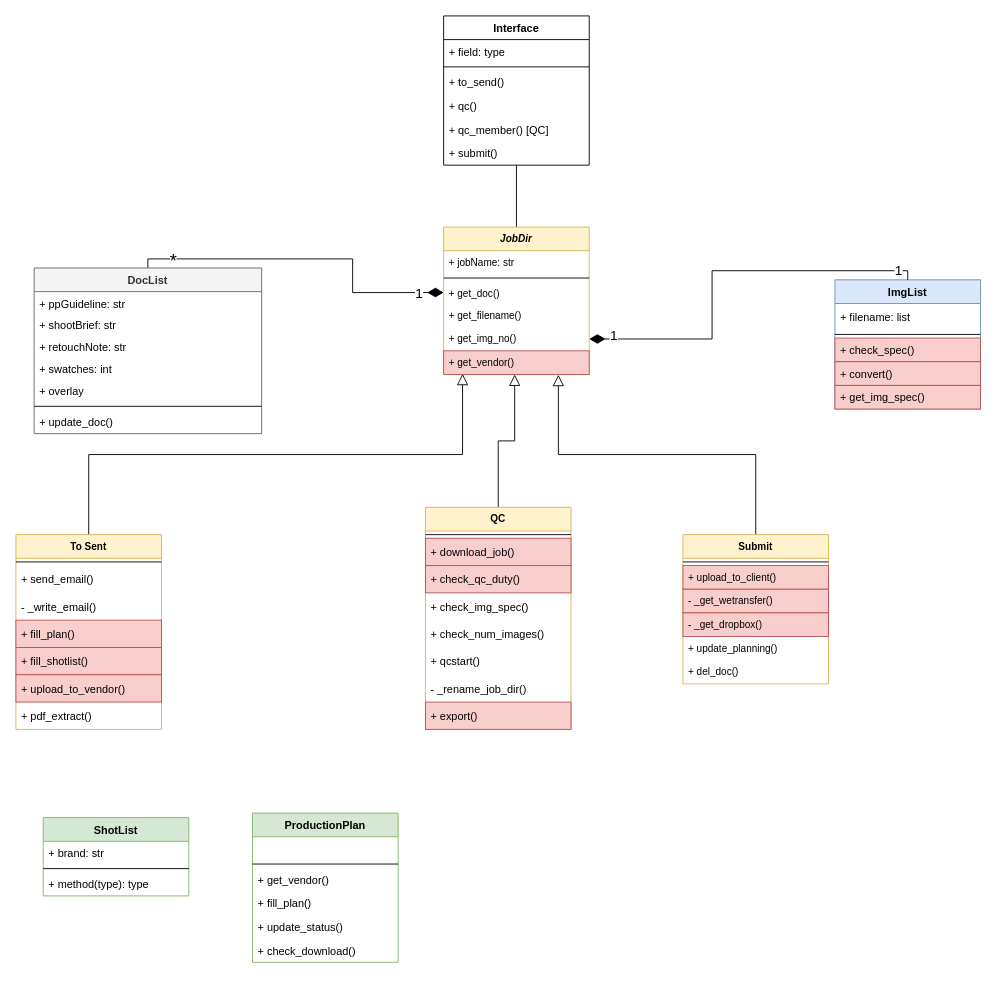
pugtooone/IHS keeps this draw.io diagram as python/IHS Class Diagram.drawio. Above is the earlier version. Source tidied: cells renumbered, new cells numbered last; positions are measured from the earlier drawing's top-left corner, leaving out a move shared by most shapes. Both pictures are drawn from the tidied source at 91%, with x=0, y=0 at pixel (15, 15).
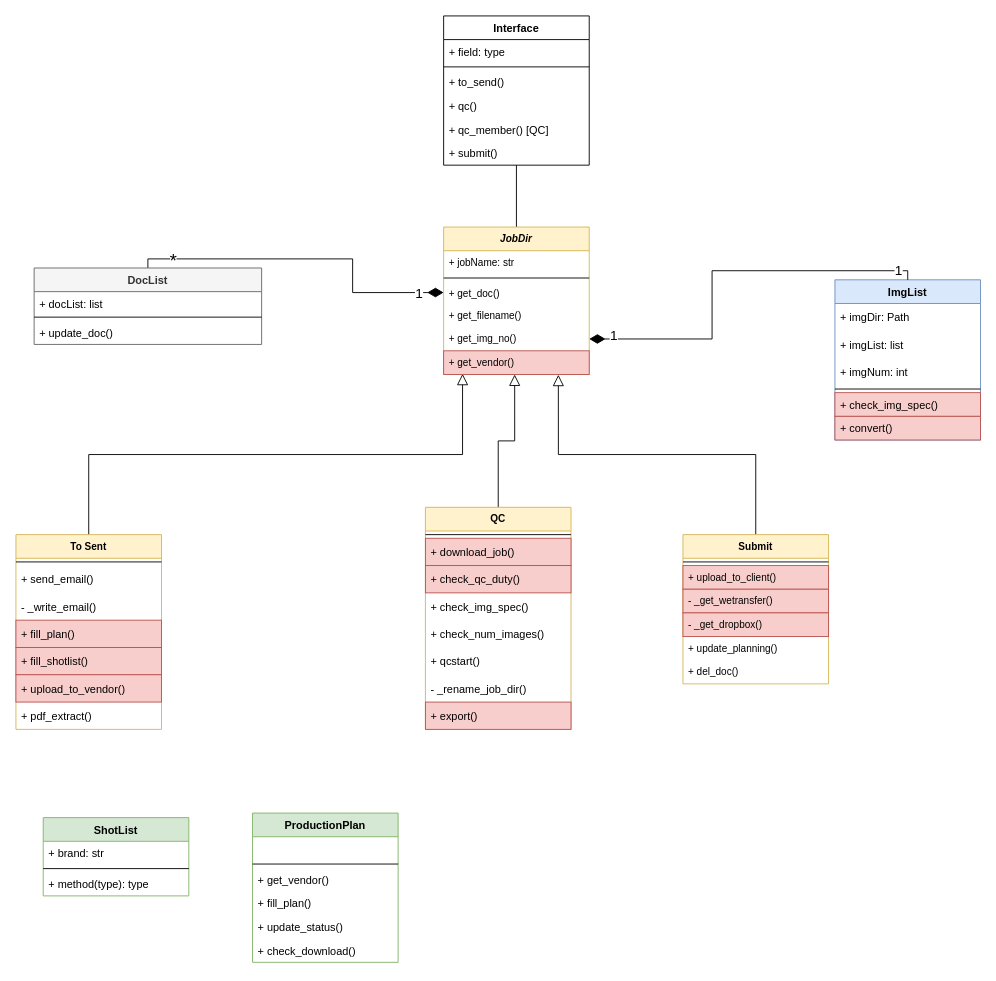
The same page after the edit.

Commit message:
build ImgList class

The edit, as a diff of the source:
```diff
@@
     <mxCell id="5" value="DocList" style="swimlane;fontStyle=1;align=center;verticalAlign=top;horizontal=1;startSize=26;fillColor=#f5f5f5;strokeColor=#666666;fontColor=#333333;" parent="1" vertex="1">
-      <mxGeometry x="20" y="277" width="250" height="182" as="geometry" />
+      <mxGeometry x="20" y="277" width="250" height="84" as="geometry" />
     </mxCell>
-    <mxCell id="6" value="+ ppGuideline: str " style="text;strokeColor=none;fillColor=none;align=left;verticalAlign=top;spacingLeft=4;spacingRight=4;overflow=hidden;" parent="5" vertex="1">
+    <mxCell id="6" value="+ docList: list" style="text;strokeColor=none;fillColor=none;align=left;verticalAlign=top;spacingLeft=4;spacingRight=4;overflow=hidden;" parent="5" vertex="1">
       <mxGeometry y="26" width="250" height="24" as="geometry" />
     </mxCell>
-    <mxCell id="7" value="+ shootBrief: str" style="text;strokeColor=none;fillColor=none;align=left;verticalAlign=top;spacingLeft=4;spacingRight=4;overflow=hidden;" parent="5" vertex="1">
-      <mxGeometry y="50" width="250" height="24" as="geometry" />
-    </mxCell>
-    <mxCell id="8" value="+ retouchNote: str" style="text;strokeColor=none;fillColor=none;align=left;verticalAlign=top;spacingLeft=4;spacingRight=4;overflow=hidden;" parent="5" vertex="1">
-      <mxGeometry y="74" width="250" height="24" as="geometry" />
-    </mxCell>
-    <mxCell id="9" value="+ swatches: int" style="text;strokeColor=none;fillColor=none;align=left;verticalAlign=top;spacingLeft=4;spacingRight=4;overflow=hidden;" parent="5" vertex="1">
-      <mxGeometry y="98" width="250" height="24" as="geometry" />
-    </mxCell>
-    <mxCell id="10" value="+ overlay" style="text;strokeColor=none;fillColor=none;align=left;verticalAlign=top;spacingLeft=4;spacingRight=4;overflow=hidden;" parent="5" vertex="1">
-      <mxGeometry y="122" width="250" height="26" as="geometry" />
-    </mxCell>
     <mxCell id="11" style="line;strokeWidth=1;fillColor=none;align=left;verticalAlign=middle;spacingTop=-1;spacingLeft=3;spacingRight=3;labelPosition=right;" parent="5" vertex="1">
-      <mxGeometry y="148" width="250" height="8" as="geometry" />
+      <mxGeometry y="50" width="250" height="8" as="geometry" />
     </mxCell>
     <mxCell id="12" value="+ update_doc()" style="text;strokeColor=none;fillColor=none;align=left;verticalAlign=top;spacingLeft=4;spacingRight=4;overflow=hidden;" parent="5" vertex="1">
-      <mxGeometry y="156" width="250" height="26" as="geometry" />
+      <mxGeometry y="58" width="250" height="26" as="geometry" />
     </mxCell>
     <mxCell id="13" value="ImgList" style="swimlane;fontStyle=1;align=center;verticalAlign=top;horizontal=1;startSize=26;fillColor=#dae8fc;strokeColor=#6c8ebf;" parent="1" vertex="1">
-      <mxGeometry x="900" y="290" width="160" height="142" as="geometry" />
+      <mxGeometry x="900" y="290" width="160" height="176" as="geometry" />
     </mxCell>
-    <mxCell id="14" value="+ filename: list" style="text;strokeColor=none;fillColor=none;align=left;verticalAlign=middle;spacingLeft=4;spacingRight=4;overflow=hidden;" parent="13" vertex="1">
+    <mxCell id="14" value="+ imgDir: Path" style="text;strokeColor=none;fillColor=none;align=left;verticalAlign=middle;spacingLeft=4;spacingRight=4;overflow=hidden;" parent="13" vertex="1">
       <mxGeometry y="26" width="160" height="30" as="geometry" />
     </mxCell>
+    <mxCell id="75" value="+ imgList: list" style="text;strokeColor=none;fillColor=none;align=left;verticalAlign=middle;spacingLeft=4;spacingRight=4;overflow=hidden;" parent="13" vertex="1">
+      <mxGeometry y="56" width="160" height="30" as="geometry" />
+    </mxCell>
+    <mxCell id="76" value="+ imgNum: int" style="text;strokeColor=none;fillColor=none;align=left;verticalAlign=middle;spacingLeft=4;spacingRight=4;overflow=hidden;" parent="13" vertex="1">
+      <mxGeometry y="86" width="160" height="30" as="geometry" />
+    </mxCell>
     <mxCell id="15" style="line;strokeWidth=1;fillColor=none;align=left;verticalAlign=middle;spacingTop=-1;spacingLeft=3;spacingRight=3;labelPosition=right;" parent="13" vertex="1">
-      <mxGeometry y="56" width="160" height="8" as="geometry" />
+      <mxGeometry y="116" width="160" height="8" as="geometry" />
     </mxCell>
-    <mxCell id="16" value="+ check_spec()" style="text;strokeColor=#b85450;fillColor=#f8cecc;align=left;verticalAlign=top;spacingLeft=4;spacingRight=4;overflow=hidden;" parent="13" vertex="1">
-      <mxGeometry y="64" width="160" height="26" as="geometry" />
+    <mxCell id="16" value="+ check_img_spec()" style="text;strokeColor=#b85450;fillColor=#f8cecc;align=left;verticalAlign=top;spacingLeft=4;spacingRight=4;overflow=hidden;" parent="13" vertex="1">
+      <mxGeometry y="124" width="160" height="26" as="geometry" />
     </mxCell>
     <mxCell id="17" value="+ convert()" style="text;strokeColor=#b85450;fillColor=#f8cecc;align=left;verticalAlign=top;spacingLeft=4;spacingRight=4;overflow=hidden;" parent="13" vertex="1">
-      <mxGeometry y="90" width="160" height="26" as="geometry" />
+      <mxGeometry y="150" width="160" height="26" as="geometry" />
     </mxCell>
-    <mxCell id="18" value="+ get_img_spec()" style="text;strokeColor=#b85450;fillColor=#f8cecc;align=left;verticalAlign=top;spacingLeft=4;spacingRight=4;overflow=hidden;fontSize=12;" parent="13" vertex="1">
-      <mxGeometry y="116" width="160" height="26" as="geometry" />
-    </mxCell>
```
